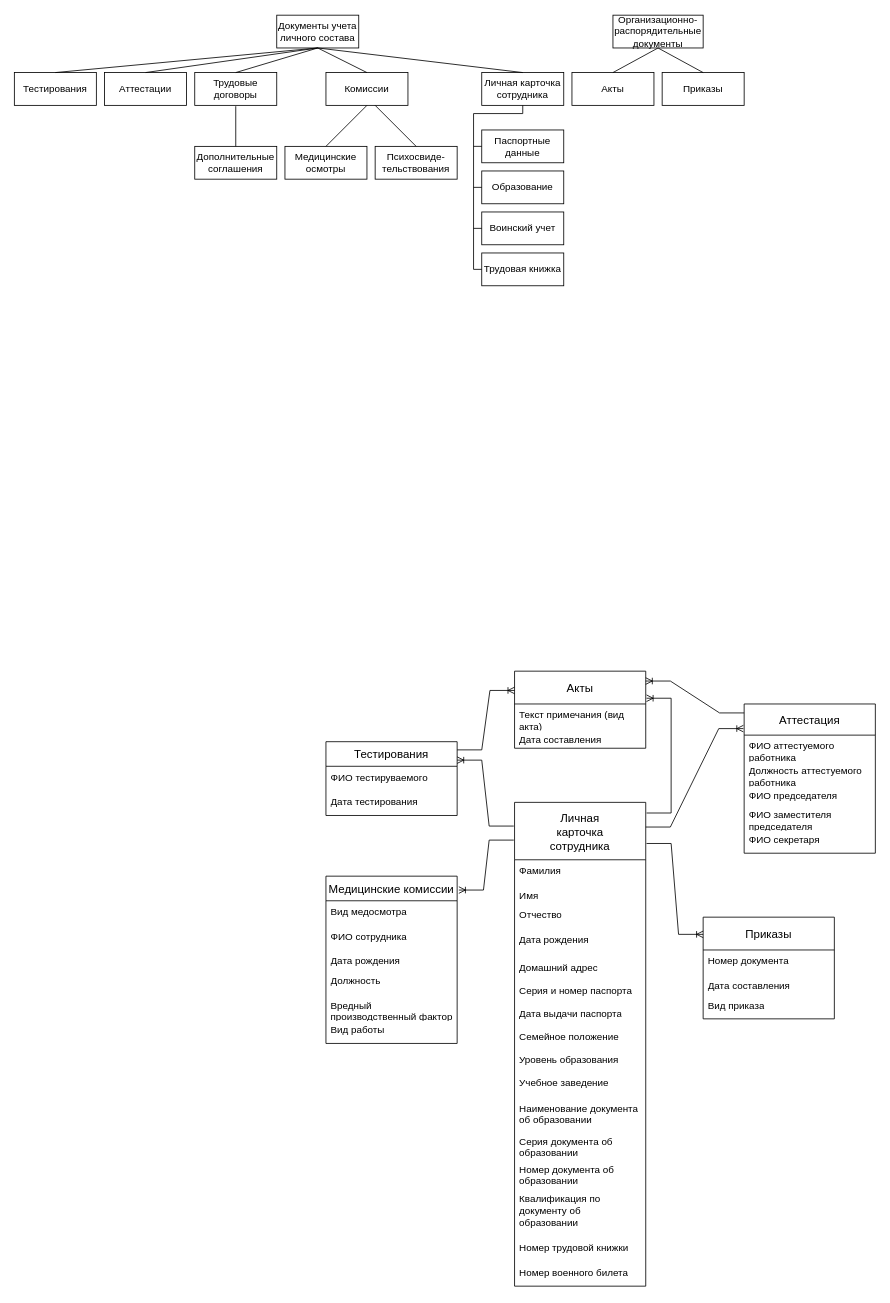
This is Сущностьсвязь.drawio from lyudmilareshetyuk/draw.io, a draw.io file, before an edit. Source tidied: cells renumbered, new cells numbered last; positions are measured from the earlier drawing's top-left corner, leaving out a move shared by most shapes. Both pictures are drawn from the tidied source at 82%, with x=0, y=0 at pixel (14, 15).
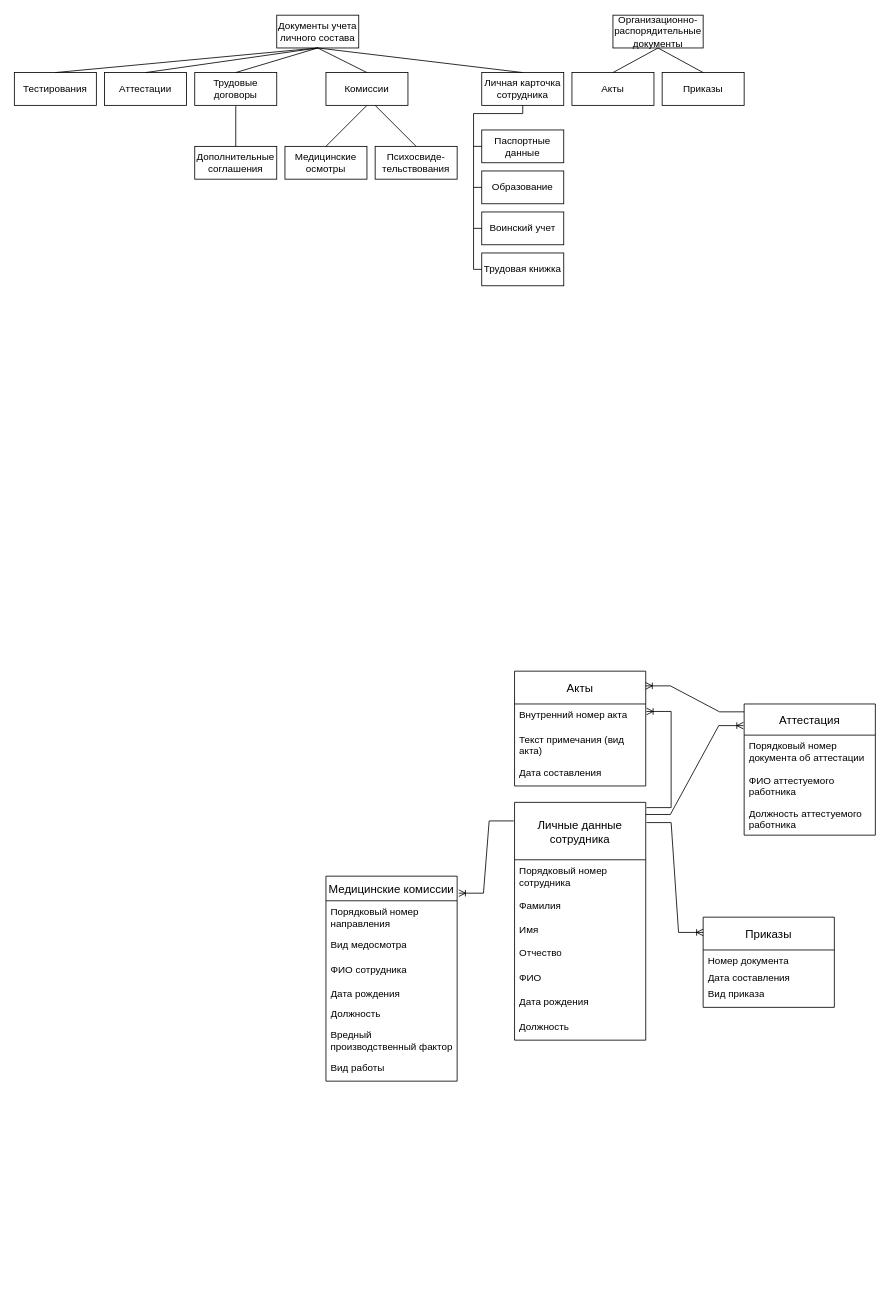
The same diagram, later.

What changed in the source:
```diff
@@
-    <mxCell id="35" value="Тестирования" style="swimlane;fontStyle=0;horizontal=1;startSize=30;align=center;fontSize=14;" parent="1" vertex="1">
-      <mxGeometry x="380" y="886" width="160" height="90" as="geometry" />
-    </mxCell>
-    <mxCell id="36" value="ФИО тестируваемого" style="text;strokeColor=none;fillColor=none;spacingLeft=4;spacingRight=4;overflow=hidden;fontSize=12;whiteSpace=wrap;html=1;" parent="35" vertex="1">
-      <mxGeometry y="30" width="160" height="30" as="geometry" />
-    </mxCell>
-    <mxCell id="37" value="Дата тестирования" style="text;strokeColor=none;fillColor=none;spacingLeft=4;spacingRight=4;overflow=hidden;fontSize=12;whiteSpace=wrap;html=1;" parent="35" vertex="1">
-      <mxGeometry y="60" width="160" height="30" as="geometry" />
-    </mxCell>
     <mxCell id="38" value="Аттестация" style="swimlane;fontStyle=0;horizontal=1;startSize=38;align=center;fontSize=14;" parent="1" vertex="1">
-      <mxGeometry x="890" y="840" width="160" height="182" as="geometry" />
+      <mxGeometry x="890" y="840" width="160" height="160" as="geometry" />
     </mxCell>
+    <mxCell id="82" value="Порядковый номер документа об аттестации" style="text;strokeColor=none;fillColor=none;spacingLeft=4;spacingRight=4;overflow=hidden;fontSize=12;whiteSpace=wrap;html=1;" parent="38" vertex="1">
+      <mxGeometry y="38" width="160" height="42" as="geometry" />
+    </mxCell>
     <mxCell id="39" value="ФИО аттестуемого работника" style="text;strokeColor=none;fillColor=none;spacingLeft=4;spacingRight=4;overflow=hidden;fontSize=12;whiteSpace=wrap;html=1;" parent="38" vertex="1">
-      <mxGeometry y="38" width="160" height="30" as="geometry" />
+      <mxGeometry y="80" width="160" height="40" as="geometry" />
     </mxCell>
     <mxCell id="40" value="Должность аттестуемого работника" style="text;strokeColor=none;fillColor=none;spacingLeft=4;spacingRight=4;overflow=hidden;fontSize=12;whiteSpace=wrap;html=1;" parent="38" vertex="1">
-      <mxGeometry y="68" width="160" height="30" as="geometry" />
+      <mxGeometry y="120" width="160" height="40" as="geometry" />
     </mxCell>
-    <mxCell id="41" value="ФИО председателя" style="text;strokeColor=none;fillColor=none;spacingLeft=4;spacingRight=4;overflow=hidden;fontSize=12;whiteSpace=wrap;html=1;" parent="38" vertex="1">
-      <mxGeometry y="98" width="160" height="24" as="geometry" />
-    </mxCell>
-    <mxCell id="42" value="ФИО заместителя председателя" style="text;strokeColor=none;fillColor=none;spacingLeft=4;spacingRight=4;overflow=hidden;fontSize=12;whiteSpace=wrap;html=1;" parent="38" vertex="1">
-      <mxGeometry y="122" width="160" height="30" as="geometry" />
-    </mxCell>
-    <mxCell id="43" value="ФИО секретаря" style="text;strokeColor=none;fillColor=none;spacingLeft=4;spacingRight=4;overflow=hidden;fontSize=12;whiteSpace=wrap;html=1;" parent="38" vertex="1">
-      <mxGeometry y="152" width="160" height="30" as="geometry" />
-    </mxCell>
     <mxCell id="44" value="Медицинские комиссии" style="swimlane;fontStyle=0;horizontal=1;startSize=30;align=center;fontSize=14;" parent="1" vertex="1">
-      <mxGeometry x="380" y="1050" width="160" height="204" as="geometry" />
+      <mxGeometry x="380" y="1050" width="160" height="250" as="geometry" />
     </mxCell>
-    <mxCell id="45" value="Вид медосмотра" style="text;strokeColor=none;fillColor=none;spacingLeft=4;spacingRight=4;overflow=hidden;fontSize=12;whiteSpace=wrap;html=1;" parent="44" vertex="1">
-      <mxGeometry y="30" width="160" height="30" as="geometry" />
+    <mxCell id="45" value="Порядковый номер направления" style="text;strokeColor=none;fillColor=none;spacingLeft=4;spacingRight=4;overflow=hidden;fontSize=12;whiteSpace=wrap;html=1;" parent="44" vertex="1">
+      <mxGeometry y="30" width="160" height="40" as="geometry" />
     </mxCell>
+    <mxCell id="83" value="Вид медосмотра" style="text;strokeColor=none;fillColor=none;spacingLeft=4;spacingRight=4;overflow=hidden;fontSize=12;whiteSpace=wrap;html=1;" parent="44" vertex="1">
+      <mxGeometry y="70" width="160" height="30" as="geometry" />
+    </mxCell>
     <mxCell id="46" value="ФИО сотрудника" style="text;strokeColor=none;fillColor=none;spacingLeft=4;spacingRight=4;overflow=hidden;fontSize=12;whiteSpace=wrap;html=1;" parent="44" vertex="1">
-      <mxGeometry y="60" width="160" height="30" as="geometry" />
+      <mxGeometry y="100" width="160" height="30" as="geometry" />
     </mxCell>
     <mxCell id="47" value="Дата рождения" style="text;strokeColor=none;fillColor=none;spacingLeft=4;spacingRight=4;overflow=hidden;fontSize=12;whiteSpace=wrap;html=1;" parent="44" vertex="1">
-      <mxGeometry y="90" width="160" height="24" as="geometry" />
+      <mxGeometry y="130" width="160" height="24" as="geometry" />
     </mxCell>
     <mxCell id="48" value="Должность" style="text;strokeColor=none;fillColor=none;spacingLeft=4;spacingRight=4;overflow=hidden;fontSize=12;whiteSpace=wrap;html=1;" parent="44" vertex="1">
-      <mxGeometry y="114" width="160" height="30" as="geometry" />
+      <mxGeometry y="154" width="160" height="26" as="geometry" />
     </mxCell>
     <mxCell id="49" value="Вредный производственный фактор" style="text;strokeColor=none;fillColor=none;spacingLeft=4;spacingRight=4;overflow=hidden;fontSize=12;whiteSpace=wrap;html=1;" parent="44" vertex="1">
-      <mxGeometry y="144" width="160" height="30" as="geometry" />
+      <mxGeometry y="180" width="160" height="40" as="geometry" />
     </mxCell>
     <mxCell id="50" value="Вид работы" style="text;strokeColor=none;fillColor=none;spacingLeft=4;spacingRight=4;overflow=hidden;fontSize=12;whiteSpace=wrap;html=1;" parent="44" vertex="1">
-      <mxGeometry y="174" width="160" height="30" as="geometry" />
+      <mxGeometry y="220" width="160" height="30" as="geometry" />
     </mxCell>
     <mxCell id="51" value="Приказы" style="swimlane;fontStyle=0;horizontal=1;startSize=40;align=center;fontSize=14;" parent="1" vertex="1">
-      <mxGeometry x="840" y="1100" width="160" height="124" as="geometry" />
+      <mxGeometry x="840" y="1100" width="160" height="110" as="geometry" />
     </mxCell>
     <mxCell id="52" value="Номер документа" style="text;strokeColor=none;fillColor=none;spacingLeft=4;spacingRight=4;overflow=hidden;fontSize=12;whiteSpace=wrap;html=1;" parent="51" vertex="1">
-      <mxGeometry y="40" width="160" height="30" as="geometry" />
+      <mxGeometry y="40" width="160" height="20" as="geometry" />
     </mxCell>
     <mxCell id="53" value="Дата составления" style="text;strokeColor=none;fillColor=none;spacingLeft=4;spacingRight=4;overflow=hidden;fontSize=12;whiteSpace=wrap;html=1;" parent="51" vertex="1">
-      <mxGeometry y="70" width="160" height="24" as="geometry" />
+      <mxGeometry y="60" width="160" height="20" as="geometry" />
     </mxCell>
     <mxCell id="54" value="Вид приказа" style="text;strokeColor=none;fillColor=none;spacingLeft=4;spacingRight=4;overflow=hidden;fontSize=12;whiteSpace=wrap;html=1;" parent="51" vertex="1">
-      <mxGeometry y="94" width="160" height="30" as="geometry" />
+      <mxGeometry y="80" width="160" height="30" as="geometry" />
     </mxCell>
     <mxCell id="55" value="Акты" style="swimlane;fontStyle=0;horizontal=1;startSize=40;align=center;fontSize=14;" parent="1" vertex="1">
-      <mxGeometry x="610" y="800" width="160" height="94" as="geometry" />
+      <mxGeometry x="610" y="800" width="160" height="140" as="geometry" />
     </mxCell>
-    <mxCell id="56" value="Текст примечания (вид акта)" style="text;strokeColor=none;fillColor=none;spacingLeft=4;spacingRight=4;overflow=hidden;fontSize=12;whiteSpace=wrap;html=1;" parent="55" vertex="1">
+    <mxCell id="56" value="Внутренний номер акта" style="text;strokeColor=none;fillColor=none;spacingLeft=4;spacingRight=4;overflow=hidden;fontSize=12;whiteSpace=wrap;html=1;" parent="55" vertex="1">
       <mxGeometry y="40" width="160" height="30" as="geometry" />
     </mxCell>
+    <mxCell id="84" value="Текст примечания (вид акта)" style="text;strokeColor=none;fillColor=none;spacingLeft=4;spacingRight=4;overflow=hidden;fontSize=12;whiteSpace=wrap;html=1;" parent="55" vertex="1">
+      <mxGeometry y="70" width="160" height="40" as="geometry" />
+    </mxCell>
     <mxCell id="57" value="Дата составления" style="text;strokeColor=none;fillColor=none;spacingLeft=4;spacingRight=4;overflow=hidden;fontSize=12;whiteSpace=wrap;html=1;" parent="55" vertex="1">
-      <mxGeometry y="70" width="160" height="24" as="geometry" />
+      <mxGeometry y="110" width="160" height="30" as="geometry" />
     </mxCell>
-    <mxCell id="58" value="Личная&#10;карточка&#10;сотрудника" style="swimlane;fontStyle=0;horizontal=1;startSize=70;align=center;fontSize=14;" parent="1" vertex="1">
-      <mxGeometry x="610" y="960" width="160" height="590" as="geometry" />
+    <mxCell id="58" value="Личные данные&#10;сотрудника" style="swimlane;fontStyle=0;horizontal=1;startSize=70;align=center;fontSize=14;" parent="1" vertex="1">
+      <mxGeometry x="610" y="960" width="160" height="290" as="geometry" />
     </mxCell>
+    <mxCell id="63" value="Порядковый номер сотрудника" style="text;strokeColor=none;fillColor=none;spacingLeft=4;spacingRight=4;overflow=hidden;fontSize=12;whiteSpace=wrap;html=1;" parent="58" vertex="1">
+      <mxGeometry y="70" width="160" height="42" as="geometry" />
+    </mxCell>
     <mxCell id="59" value="Фамилия" style="text;strokeColor=none;fillColor=none;spacingLeft=4;spacingRight=4;overflow=hidden;fontSize=12;whiteSpace=wrap;html=1;" parent="58" vertex="1">
-      <mxGeometry y="70" width="160" height="30" as="geometry" />
+      <mxGeometry y="112" width="160" height="30" as="geometry" />
     </mxCell>
     <mxCell id="60" value="Имя" style="text;strokeColor=none;fillColor=none;spacingLeft=4;spacingRight=4;overflow=hidden;fontSize=12;whiteSpace=wrap;html=1;" parent="58" vertex="1">
-      <mxGeometry y="100" width="160" height="24" as="geometry" />
+      <mxGeometry y="142" width="160" height="28" as="geometry" />
     </mxCell>
     <mxCell id="61" value="Отчество" style="text;strokeColor=none;fillColor=none;spacingLeft=4;spacingRight=4;overflow=hidden;fontSize=12;whiteSpace=wrap;html=1;" parent="58" vertex="1">
-      <mxGeometry y="124" width="160" height="30" as="geometry" />
+      <mxGeometry y="170" width="160" height="30" as="geometry" />
     </mxCell>
+    <mxCell id="85" value="ФИО" style="text;strokeColor=none;fillColor=none;spacingLeft=4;spacingRight=4;overflow=hidden;fontSize=12;whiteSpace=wrap;html=1;" parent="58" vertex="1">
+      <mxGeometry y="200" width="160" height="30" as="geometry" />
+    </mxCell>
     <mxCell id="62" value="Дата рождения" style="text;strokeColor=none;fillColor=none;spacingLeft=4;spacingRight=4;overflow=hidden;fontSize=12;whiteSpace=wrap;html=1;" parent="58" vertex="1">
-      <mxGeometry y="154" width="160" height="34" as="geometry" />
+      <mxGeometry y="230" width="160" height="30" as="geometry" />
     </mxCell>
-    <mxCell id="63" value="Домашний адрес" style="text;strokeColor=none;fillColor=none;spacingLeft=4;spacingRight=4;overflow=hidden;fontSize=12;whiteSpace=wrap;html=1;" parent="58" vertex="1">
-      <mxGeometry y="188" width="160" height="28" as="geometry" />
-    </mxCell>
-    <mxCell id="64" value="Серия и номер паспорта" style="text;strokeColor=none;fillColor=none;spacingLeft=4;spacingRight=4;overflow=hidden;fontSize=12;whiteSpace=wrap;html=1;" parent="58" vertex="1">
-      <mxGeometry y="216" width="160" height="28" as="geometry" />
-    </mxCell>
-    <mxCell id="65" value="Дата выдачи паспорта" style="text;strokeColor=none;fillColor=none;spacingLeft=4;spacingRight=4;overflow=hidden;fontSize=12;whiteSpace=wrap;html=1;" parent="58" vertex="1">
-      <mxGeometry y="244" width="160" height="28" as="geometry" />
-    </mxCell>
-    <mxCell id="66" value="Семейное положение" style="text;strokeColor=none;fillColor=none;spacingLeft=4;spacingRight=4;overflow=hidden;fontSize=12;whiteSpace=wrap;html=1;" parent="58" vertex="1">
-      <mxGeometry y="272" width="160" height="28" as="geometry" />
-    </mxCell>
-    <mxCell id="67" value="Уровень образования" style="text;strokeColor=none;fillColor=none;spacingLeft=4;spacingRight=4;overflow=hidden;fontSize=12;whiteSpace=wrap;html=1;" parent="58" vertex="1">
-      <mxGeometry y="300" width="160" height="28" as="geometry" />
-    </mxCell>
-    <mxCell id="68" value="Учебное заведение" style="text;strokeColor=none;fillColor=none;spacingLeft=4;spacingRight=4;overflow=hidden;fontSize=12;whiteSpace=wrap;html=1;" parent="58" vertex="1">
-      <mxGeometry y="328" width="160" height="32" as="geometry" />
-    </mxCell>
-    <mxCell id="69" value="Наименование документа об образовании" style="text;strokeColor=none;fillColor=none;spacingLeft=4;spacingRight=4;overflow=hidden;fontSize=12;whiteSpace=wrap;html=1;" parent="58" vertex="1">
-      <mxGeometry y="360" width="160" height="40" as="geometry" />
-    </mxCell>
-    <mxCell id="70" value="Серия документа об образовании" style="text;strokeColor=none;fillColor=none;spacingLeft=4;spacingRight=4;overflow=hidden;fontSize=12;whiteSpace=wrap;html=1;" parent="58" vertex="1">
-      <mxGeometry y="400" width="160" height="34" as="geometry" />
-    </mxCell>
-    <mxCell id="71" value="Номер документа об образовании" style="text;strokeColor=none;fillColor=none;spacingLeft=4;spacingRight=4;overflow=hidden;fontSize=12;whiteSpace=wrap;html=1;" parent="58" vertex="1">
-      <mxGeometry y="434" width="160" height="36" as="geometry" />
-    </mxCell>
-    <mxCell id="72" value="Квалификация по документу об образовании" style="text;strokeColor=none;fillColor=none;spacingLeft=4;spacingRight=4;overflow=hidden;fontSize=12;whiteSpace=wrap;html=1;" parent="58" vertex="1">
-      <mxGeometry y="470" width="160" height="60" as="geometry" />
-    </mxCell>
-    <mxCell id="73" value="Номер трудовой книжки" style="text;strokeColor=none;fillColor=none;spacingLeft=4;spacingRight=4;overflow=hidden;fontSize=12;whiteSpace=wrap;html=1;" parent="58" vertex="1">
-      <mxGeometry y="530" width="160" height="30" as="geometry" />
-    </mxCell>
-    <mxCell id="74" value="Номер военного билета" style="text;strokeColor=none;fillColor=none;spacingLeft=4;spacingRight=4;overflow=hidden;fontSize=12;whiteSpace=wrap;html=1;" parent="58" vertex="1">
-      <mxGeometry y="560" width="160" height="30" as="geometry" />
+    <mxCell id="74" value="Должность" style="text;strokeColor=none;fillColor=none;spacingLeft=4;spacingRight=4;overflow=hidden;fontSize=12;whiteSpace=wrap;html=1;" parent="58" vertex="1">
+      <mxGeometry y="260" width="160" height="30" as="geometry" />
     </mxCell>
@@
-    <mxCell id="77" style="edgeStyle=entityRelationEdgeStyle;fontSize=12;html=1;endArrow=ERoneToMany;rounded=0;exitX=-0.006;exitY=0.049;exitDx=0;exitDy=0;exitPerimeter=0;entryX=1;entryY=0.25;entryDx=0;entryDy=0;" parent="1" edge="1" source="58" target="35">
-      <mxGeometry relative="1" as="geometry" />
-    </mxCell>
@@
-    <mxCell id="81" style="edgeStyle=entityRelationEdgeStyle;fontSize=12;html=1;endArrow=ERoneToMany;rounded=0;exitX=1;exitY=0.111;exitDx=0;exitDy=0;entryX=0;entryY=0.25;entryDx=0;entryDy=0;exitPerimeter=0;" parent="1" edge="1" source="35" target="55">
-      <mxGeometry relative="1" as="geometry" />
-    </mxCell>
```
